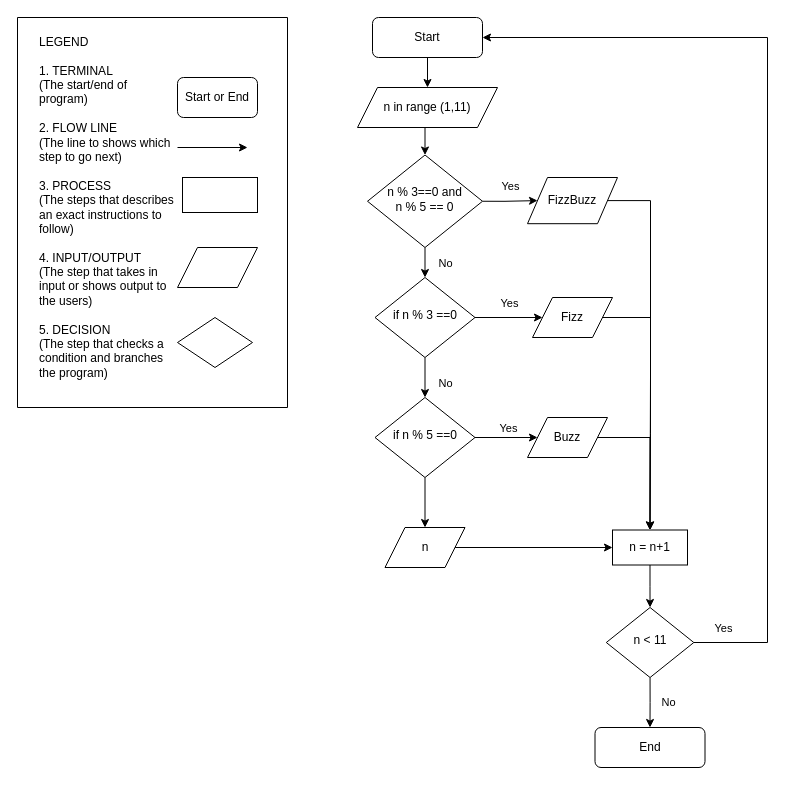
This is CodeFlow_FizzBuzz.drawio from Ilmi91/da06, a draw.io file, before an edit. Source tidied: cells renumbered, new cells numbered last; positions are measured from the earlier drawing's top-left corner, leaving out a move shared by most shapes. Both pictures are drawn from the tidied source at 100%, with x=0, y=0 at pixel (17, 17).
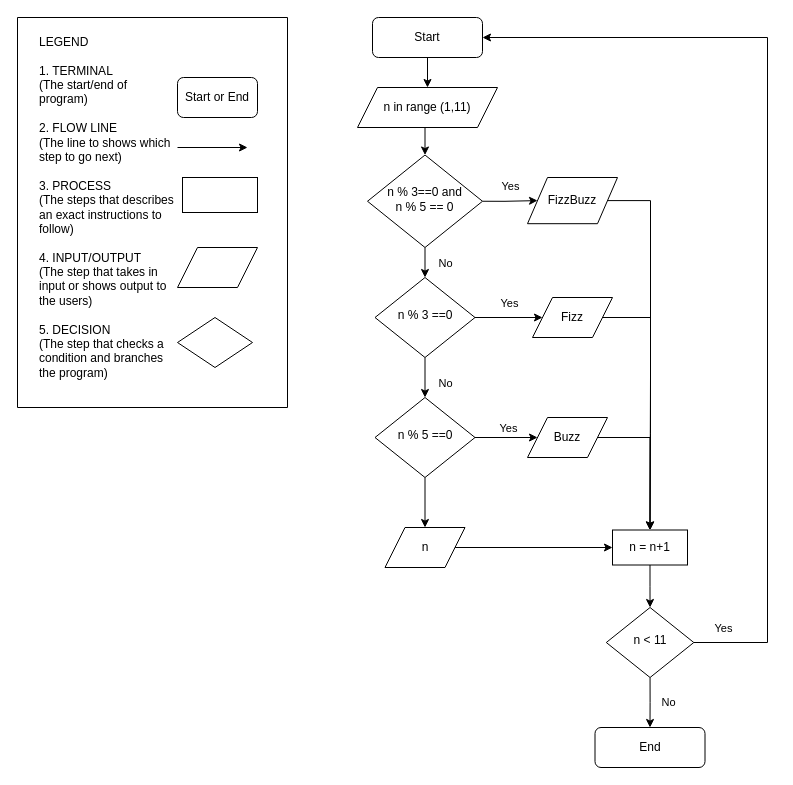
After the change.

Diff of the diagram source:
```diff
@@
-    <mxCell id="13" value="if n % 3 ==0" style="rhombus;whiteSpace=wrap;html=1;shadow=0;fontFamily=Helvetica;fontSize=12;align=center;strokeWidth=1;spacing=6;spacingTop=-4;" parent="1" vertex="1">
+    <mxCell id="13" value="n % 3 ==0" style="rhombus;whiteSpace=wrap;html=1;shadow=0;fontFamily=Helvetica;fontSize=12;align=center;strokeWidth=1;spacing=6;spacingTop=-4;" parent="1" vertex="1">
       <mxGeometry x="357.5" y="260" width="100" height="80" as="geometry" />
     </mxCell>
@@
-    <mxCell id="30" value="if n % 5 ==0" style="rhombus;whiteSpace=wrap;html=1;shadow=0;fontFamily=Helvetica;fontSize=12;align=center;strokeWidth=1;spacing=6;spacingTop=-4;" parent="1" vertex="1">
+    <mxCell id="30" value="n % 5 ==0" style="rhombus;whiteSpace=wrap;html=1;shadow=0;fontFamily=Helvetica;fontSize=12;align=center;strokeWidth=1;spacing=6;spacingTop=-4;" parent="1" vertex="1">
       <mxGeometry x="357.5" y="380" width="100" height="80" as="geometry" />
     </mxCell>
```
